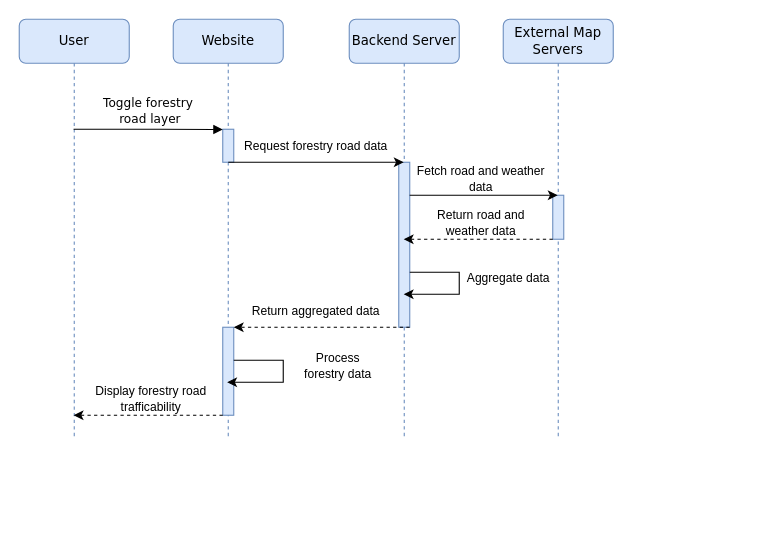
skogkursbachelor/diagrams keeps this draw.io diagram as sequence_diagram.drawio. Above is the earlier version. Source tidied: cells renumbered, new cells numbered last; positions are measured from the earlier drawing's top-left corner, leaving out a move shared by most shapes. Both pictures are drawn from the tidied source at 110%, with x=0, y=0 at pixel (19, 19).
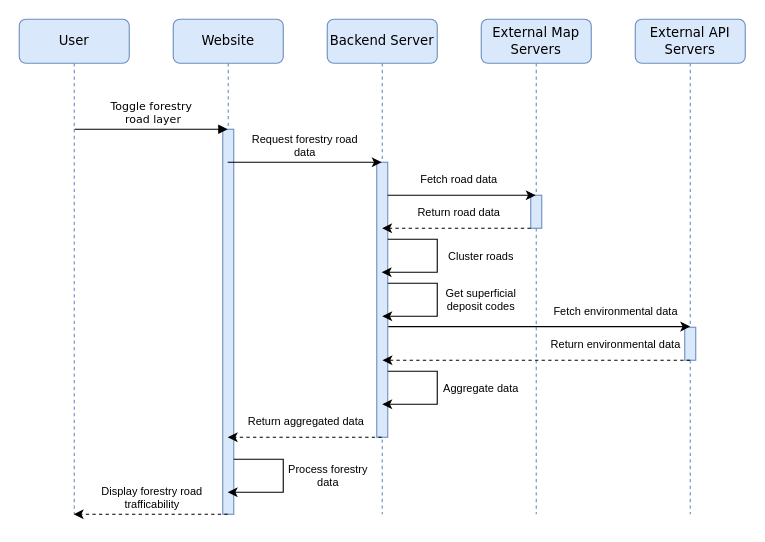
After the change.

What changed in the source:
```diff
@@
     <mxCell id="2" value="External Map Servers" style="shape=umlLifeline;perimeter=lifelinePerimeter;whiteSpace=wrap;html=1;outlineConnect=0;rounded=1;shadow=0;comic=0;labelBackgroundColor=none;strokeWidth=1;fontFamily=Verdana;fontSize=12;align=center;fillColor=#dae8fc;strokeColor=#6c8ebf;" parent="1" vertex="1">
-      <mxGeometry x="440" width="100" height="380" as="geometry" />
+      <mxGeometry x="420" width="100" height="450" as="geometry" />
     </mxCell>
-    <mxCell id="3" value="&lt;span style=&quot;font-size: 11px;&quot;&gt;Fetch road and weather data&lt;/span&gt;" style="text;html=1;align=center;verticalAlign=middle;whiteSpace=wrap;rounded=0;" parent="2" vertex="1">
-      <mxGeometry x="-80" y="130" width="120" height="30" as="geometry" />
-    </mxCell>
     <mxCell id="4" style="html=1;perimeter=orthogonalPerimeter;rounded=0;shadow=0;comic=0;labelBackgroundColor=none;strokeWidth=1;fontFamily=Verdana;fontSize=12;align=center;fillColor=#dae8fc;strokeColor=#6c8ebf;" parent="1" vertex="1">
-      <mxGeometry x="485" y="160" width="10" height="40" as="geometry" />
+      <mxGeometry x="465" y="160" width="10" height="30" as="geometry" />
     </mxCell>
     <mxCell id="5" value="Website" style="shape=umlLifeline;perimeter=lifelinePerimeter;whiteSpace=wrap;html=1;outlineConnect=0;rounded=1;shadow=0;comic=0;labelBackgroundColor=none;strokeWidth=1;fontFamily=Verdana;fontSize=12;align=center;fillColor=#dae8fc;strokeColor=#6c8ebf;" parent="1" vertex="1">
-      <mxGeometry x="140" width="100" height="380" as="geometry" />
+      <mxGeometry x="140" width="100" height="450" as="geometry" />
     </mxCell>
     <mxCell id="6" style="html=1;points=[[0.5,0,0,0,0],[0.5,1,0,0,0]];perimeter=orthogonalPerimeter;rounded=0;shadow=0;comic=0;labelBackgroundColor=none;strokeWidth=1;fontFamily=Verdana;fontSize=12;align=center;fillColor=#dae8fc;strokeColor=#6c8ebf;" parent="5" vertex="1">
-      <mxGeometry x="45" y="100" width="10" height="30" as="geometry" />
+      <mxGeometry x="45" y="100" width="10" height="350" as="geometry" />
     </mxCell>
-    <mxCell id="7" style="html=1;perimeter=orthogonalPerimeter;rounded=0;shadow=0;comic=0;labelBackgroundColor=none;strokeWidth=1;fontFamily=Verdana;fontSize=12;align=center;fillColor=#dae8fc;strokeColor=#6c8ebf;" parent="5" vertex="1">
-      <mxGeometry x="45" y="280" width="10" height="80" as="geometry" />
-    </mxCell>
-    <mxCell id="8" style="endArrow=classic;html=1;rounded=0;" parent="5" edge="1">
-      <mxGeometry relative="1" as="geometry">
-        <mxPoint x="55" y="310" as="sourcePoint" />
-        <mxPoint x="49" y="330" as="targetPoint" />
-        <Array as="points">
-          <mxPoint x="100" y="310" />
-          <mxPoint x="100" y="330" />
-        </Array>
-      </mxGeometry>
-    </mxCell>
+    <mxCell id="25" style="endArrow=classic;html=1;rounded=0;" parent="5" edge="1" target="5">
+      <mxGeometry relative="1" as="geometry">
+        <mxPoint x="55" y="400" as="sourcePoint" />
+        <Array as="points">
+          <mxPoint x="100" y="400" />
+          <mxPoint x="100" y="430" />
+        </Array>
+      </mxGeometry>
+    </mxCell>
     <mxCell id="9" value="Backend Server" style="shape=umlLifeline;perimeter=lifelinePerimeter;whiteSpace=wrap;html=1;outlineConnect=0;rounded=1;shadow=0;comic=0;labelBackgroundColor=none;strokeWidth=1;fontFamily=Verdana;fontSize=12;align=center;fillColor=#dae8fc;strokeColor=#6c8ebf;" parent="1" vertex="1">
-      <mxGeometry x="300" width="100" height="380" as="geometry" />
+      <mxGeometry x="280" width="100" height="450" as="geometry" />
     </mxCell>
     <mxCell id="10" style="html=1;perimeter=orthogonalPerimeter;rounded=0;shadow=0;comic=0;labelBackgroundColor=none;strokeWidth=1;fontFamily=Verdana;fontSize=12;align=center;fillColor=#dae8fc;strokeColor=#6c8ebf;" parent="9" vertex="1">
-      <mxGeometry x="45" y="130" width="10" height="150" as="geometry" />
+      <mxGeometry x="45" y="130" width="10" height="250" as="geometry" />
     </mxCell>
@@
     <mxCell id="12" style="endArrow=classic;html=1;rounded=0;" parent="9" edge="1" target="9">
       <mxGeometry relative="1" as="geometry">
-        <mxPoint x="55" y="230" as="sourcePoint" />
+        <mxPoint x="55" y="200" as="sourcePoint" />
         <Array as="points">
+          <mxPoint x="100" y="200" />
           <mxPoint x="100" y="230" />
-          <mxPoint x="100" y="250" />
         </Array>
       </mxGeometry>
     </mxCell>
+    <mxCell id="26" style="endArrow=classic;html=1;rounded=0;" parent="9" edge="1">
+      <mxGeometry relative="1" as="geometry">
+        <mxPoint x="55" y="240" as="sourcePoint" />
+        <mxPoint x="50" y="270" as="targetPoint" />
+        <Array as="points">
+          <mxPoint x="100" y="240" />
+          <mxPoint x="100" y="270" />
+        </Array>
+      </mxGeometry>
+    </mxCell>
+    <mxCell id="27" style="endArrow=classic;html=1;rounded=0;" parent="9" edge="1">
+      <mxGeometry relative="1" as="geometry">
+        <mxPoint x="55" y="320" as="sourcePoint" />
+        <mxPoint x="50" y="350" as="targetPoint" />
+        <Array as="points">
+          <mxPoint x="100" y="320" />
+          <mxPoint x="100" y="350" />
+        </Array>
+      </mxGeometry>
+    </mxCell>
     <mxCell id="13" value="User" style="shape=umlLifeline;perimeter=lifelinePerimeter;whiteSpace=wrap;html=1;outlineConnect=0;rounded=1;shadow=0;comic=0;labelBackgroundColor=none;strokeWidth=1;fontFamily=Verdana;fontSize=12;align=center;fillColor=#dae8fc;strokeColor=#6c8ebf;" parent="1" vertex="1">
-      <mxGeometry width="100" height="380" as="geometry" />
+      <mxGeometry width="100" height="450" as="geometry" />
     </mxCell>
-    <mxCell id="14" value="&lt;font style=&quot;font-size: 11px;&quot;&gt;Toggle forestry&lt;/font&gt;&lt;div&gt;&lt;font style=&quot;font-size: 11px;&quot;&gt;&amp;nbsp;road layer&lt;/font&gt;&lt;/div&gt;" style="html=1;verticalAlign=bottom;endArrow=block;entryX=0;entryY=0;labelBackgroundColor=none;fontFamily=Verdana;fontSize=12;edgeStyle=elbowEdgeStyle;elbow=horizontal;" parent="13" edge="1">
-      <mxGeometry relative="1" as="geometry">
-        <mxPoint x="49.4" y="100" as="sourcePoint" />
-        <mxPoint x="185" y="100.2" as="targetPoint" />
-      </mxGeometry>
-    </mxCell>
-    <mxCell id="15" style="endArrow=classic;html=1;rounded=0;exitX=0.5;exitY=1;exitDx=0;exitDy=0;exitPerimeter=0;" parent="1" edge="1" source="6" target="9">
-      <mxGeometry relative="1" as="geometry" />
+    <mxCell id="15" style="endArrow=classic;html=1;rounded=0;" parent="1" edge="1" source="5" target="9">
+      <mxGeometry relative="1" as="geometry">
+        <Array as="points">
+          <mxPoint x="280" y="130" />
+        </Array>
+      </mxGeometry>
     </mxCell>
-    <mxCell id="16" style="endArrow=classic;html=1;rounded=0;dashed=1;" parent="1" edge="1" target="9">
+    <mxCell id="16" style="endArrow=classic;html=1;rounded=0;dashed=1;" parent="1" edge="1">
       <mxGeometry relative="1" as="geometry">
-        <mxPoint x="485" y="200" as="sourcePoint" />
+        <mxPoint x="465" y="190" as="sourcePoint" />
+        <mxPoint x="329.9" y="190" as="targetPoint" />
       </mxGeometry>
     </mxCell>
-    <mxCell id="17" value="&lt;font style=&quot;font-size: 11px;&quot;&gt;Request forestry road data&lt;/font&gt;" style="text;html=1;align=center;verticalAlign=middle;whiteSpace=wrap;rounded=0;" parent="1" vertex="1">
-      <mxGeometry x="200" y="100" width="140" height="30" as="geometry" />
+    <mxCell id="17" value="&lt;font&gt;Request forestry road data&lt;/font&gt;" style="text;html=1;align=center;verticalAlign=middle;whiteSpace=wrap;rounded=0;fontSize=10;" parent="1" vertex="1">
+      <mxGeometry x="210" y="100" width="100" height="30" as="geometry" />
     </mxCell>
-    <mxCell id="18" value="&lt;span style=&quot;font-size: 11px;&quot;&gt;Return road and weather data&lt;/span&gt;" style="text;html=1;align=center;verticalAlign=middle;whiteSpace=wrap;rounded=0;" parent="1" vertex="1">
-      <mxGeometry x="360" y="170" width="120" height="30" as="geometry" />
+    <mxCell id="18" value="&lt;span&gt;Return road data&lt;/span&gt;" style="text;html=1;align=center;verticalAlign=middle;whiteSpace=wrap;rounded=0;fontSize=10;" parent="1" vertex="1">
+      <mxGeometry x="340" y="160" width="120" height="30" as="geometry" />
     </mxCell>
-    <mxCell id="19" value="&lt;span style=&quot;font-size: 11px;&quot;&gt;Aggregate data&lt;/span&gt;" style="text;html=1;align=center;verticalAlign=middle;whiteSpace=wrap;rounded=0;" parent="1" vertex="1">
-      <mxGeometry x="405" y="220" width="80" height="30" as="geometry" />
+    <mxCell id="19" value="&lt;span&gt;Cluster roads&lt;/span&gt;" style="text;html=1;align=center;verticalAlign=middle;whiteSpace=wrap;rounded=0;fontSize=10;" parent="1" vertex="1">
+      <mxGeometry x="380" y="200" width="80" height="30" as="geometry" />
     </mxCell>
+    <mxCell id="28" value="External API Servers" style="shape=umlLifeline;perimeter=lifelinePerimeter;whiteSpace=wrap;html=1;rounded=1;shadow=0;comic=0;labelBackgroundColor=none;strokeWidth=1;fontFamily=Verdana;fontSize=12;align=center;fillColor=#dae8fc;strokeColor=#6c8ebf;" parent="1" vertex="1">
+      <mxGeometry x="560" width="100" height="450" as="geometry" />
+    </mxCell>
+    <mxCell id="3" value="&lt;span&gt;Fetch road data&lt;/span&gt;" style="text;html=1;align=center;verticalAlign=middle;whiteSpace=wrap;rounded=0;fontSize=10;" parent="1" vertex="1">
+      <mxGeometry x="340" y="130" width="120" height="30" as="geometry" />
+    </mxCell>
+    <mxCell id="29" value="&lt;span&gt;Aggregate data&lt;/span&gt;" style="text;html=1;align=center;verticalAlign=middle;whiteSpace=wrap;rounded=0;fontSize=10;" parent="1" vertex="1">
+      <mxGeometry x="380" y="320" width="80" height="30" as="geometry" />
+    </mxCell>
+    <mxCell id="14" value="&lt;font&gt;Toggle forestry&lt;/font&gt;&lt;div&gt;&lt;font&gt;&amp;nbsp;road layer&lt;/font&gt;&lt;/div&gt;" style="html=1;verticalAlign=bottom;endArrow=block;labelBackgroundColor=none;fontFamily=Verdana;fontSize=10;edgeStyle=elbowEdgeStyle;elbow=horizontal;" parent="1" edge="1">
+      <mxGeometry relative="1" as="geometry">
+        <mxPoint x="50.3" y="100" as="sourcePoint" />
+        <mxPoint x="189.5" y="100" as="targetPoint" />
+      </mxGeometry>
+    </mxCell>
+    <mxCell id="21" style="endArrow=classic;html=1;rounded=0;dashed=1;" parent="1" edge="1" source="5" target="13">
+      <mxGeometry relative="1" as="geometry">
+        <Array as="points">
+          <mxPoint x="120" y="450" />
+        </Array>
+      </mxGeometry>
+    </mxCell>
+    <mxCell id="24" value="&lt;span&gt;Display forestry road trafficability&lt;/span&gt;" style="text;html=1;align=center;verticalAlign=middle;whiteSpace=wrap;rounded=0;fontSize=10;" parent="1" vertex="1">
+      <mxGeometry x="60.5" y="420" width="120" height="30" as="geometry" />
+    </mxCell>
+    <mxCell id="23" value="&lt;span&gt;Process forestry data&lt;/span&gt;" style="text;html=1;align=center;verticalAlign=middle;whiteSpace=wrap;rounded=0;fontSize=10;" parent="1" vertex="1">
+      <mxGeometry x="240.5" y="400" width="80" height="30" as="geometry" />
+    </mxCell>
+    <mxCell id="22" value="&lt;span&gt;Return aggregated data&lt;/span&gt;" style="text;html=1;align=center;verticalAlign=middle;whiteSpace=wrap;rounded=0;fontSize=10;" parent="1" vertex="1">
+      <mxGeometry x="200.5" y="350" width="120" height="30" as="geometry" />
+    </mxCell>
-    <mxCell id="20" style="endArrow=classic;html=1;rounded=0;dashed=1;" parent="1" edge="1">
+    <mxCell id="20" style="endArrow=classic;html=1;rounded=0;dashed=1;" parent="1" edge="1" source="9" target="5">
       <mxGeometry relative="1" as="geometry">
-        <mxPoint x="354.9" y="280" as="sourcePoint" />
-        <mxPoint x="195" y="280" as="targetPoint" />
+        <Array as="points">
+          <mxPoint x="270" y="380" />
+        </Array>
       </mxGeometry>
     </mxCell>
-    <mxCell id="21" style="endArrow=classic;html=1;rounded=0;dashed=1;" parent="1" edge="1">
-      <mxGeometry relative="1" as="geometry">
-        <mxPoint x="185" y="360" as="sourcePoint" />
-        <mxPoint x="49.4" y="360" as="targetPoint" />
-      </mxGeometry>
-    </mxCell>
-    <mxCell id="22" value="&lt;span style=&quot;font-size: 11px;&quot;&gt;Return aggregated data&lt;/span&gt;" style="text;html=1;align=center;verticalAlign=middle;whiteSpace=wrap;rounded=0;" parent="1" vertex="1">
-      <mxGeometry x="210" y="250" width="120" height="30" as="geometry" />
-    </mxCell>
-    <mxCell id="23" value="&lt;span style=&quot;font-size: 11px;&quot;&gt;Process forestry data&lt;/span&gt;" style="text;html=1;align=center;verticalAlign=middle;whiteSpace=wrap;rounded=0;" parent="1" vertex="1">
-      <mxGeometry x="250" y="300" width="80" height="30" as="geometry" />
-    </mxCell>
-    <mxCell id="24" value="&lt;span style=&quot;font-size: 11px;&quot;&gt;Display forestry road trafficability&lt;/span&gt;" style="text;html=1;align=center;verticalAlign=middle;whiteSpace=wrap;rounded=0;" parent="1" vertex="1">
-      <mxGeometry x="60" y="330" width="120" height="30" as="geometry" />
-    </mxCell>
+    <mxCell id="30" style="html=1;perimeter=orthogonalPerimeter;rounded=0;shadow=0;comic=0;labelBackgroundColor=none;strokeWidth=1;fontFamily=Verdana;fontSize=12;align=center;fillColor=#dae8fc;strokeColor=#6c8ebf;" parent="1" vertex="1">
+      <mxGeometry x="605" y="280" width="10" height="30" as="geometry" />
+    </mxCell>
+    <mxCell id="31" value="&lt;span&gt;Return environmental data&lt;/span&gt;" style="text;html=1;align=center;verticalAlign=middle;whiteSpace=wrap;rounded=0;fontSize=10;" parent="1" vertex="1">
+      <mxGeometry x="475" y="280" width="135" height="30" as="geometry" />
+    </mxCell>
+    <mxCell id="32" style="endArrow=classic;html=1;rounded=0;dashed=1;" parent="1" edge="1">
+      <mxGeometry relative="1" as="geometry">
+        <mxPoint x="609.9" y="310" as="sourcePoint" />
+        <mxPoint x="330.2" y="310" as="targetPoint" />
+      </mxGeometry>
+    </mxCell>
+    <mxCell id="33" style="endArrow=classic;html=1;rounded=0;" parent="1" edge="1">
+      <mxGeometry relative="1" as="geometry">
+        <mxPoint x="335.5" y="279.4" as="sourcePoint" />
+        <mxPoint x="610" y="279.4" as="targetPoint" />
+      </mxGeometry>
+    </mxCell>
+    <mxCell id="34" value="&lt;span&gt;Fetch environmental data&lt;/span&gt;" style="text;html=1;align=center;verticalAlign=middle;whiteSpace=wrap;rounded=0;fontSize=10;" parent="1" vertex="1">
+      <mxGeometry x="475" y="250" width="135" height="30" as="geometry" />
+    </mxCell>
+    <mxCell id="35" value="&lt;span&gt;Get superficial deposit codes&lt;/span&gt;" style="text;html=1;align=center;verticalAlign=middle;whiteSpace=wrap;rounded=0;fontSize=10;" parent="1" vertex="1">
+      <mxGeometry x="380" y="240" width="80" height="30" as="geometry" />
+    </mxCell>
```
